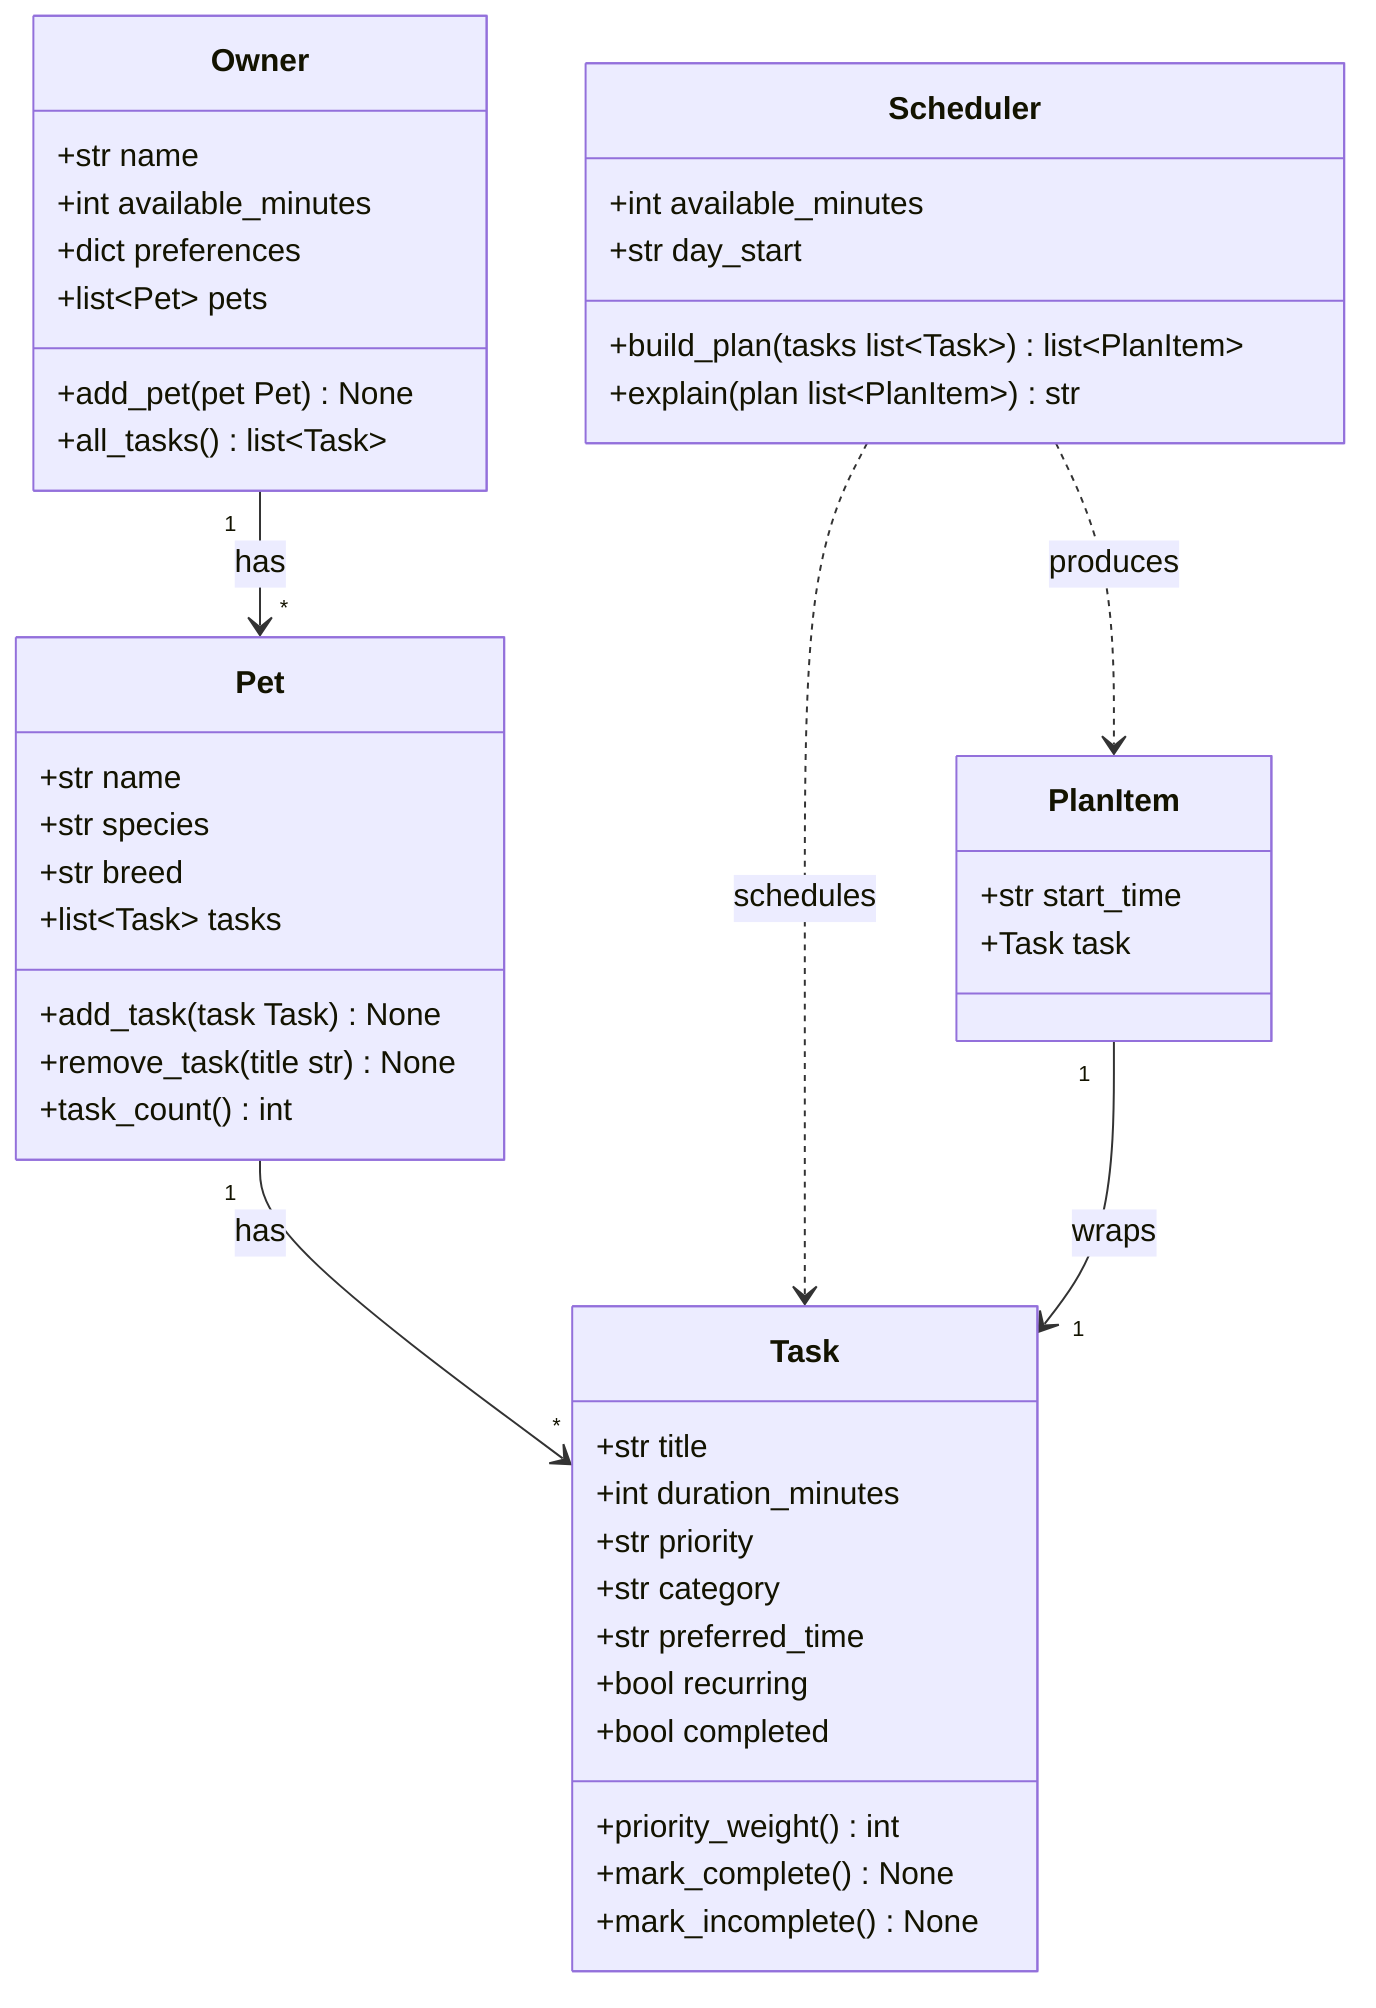
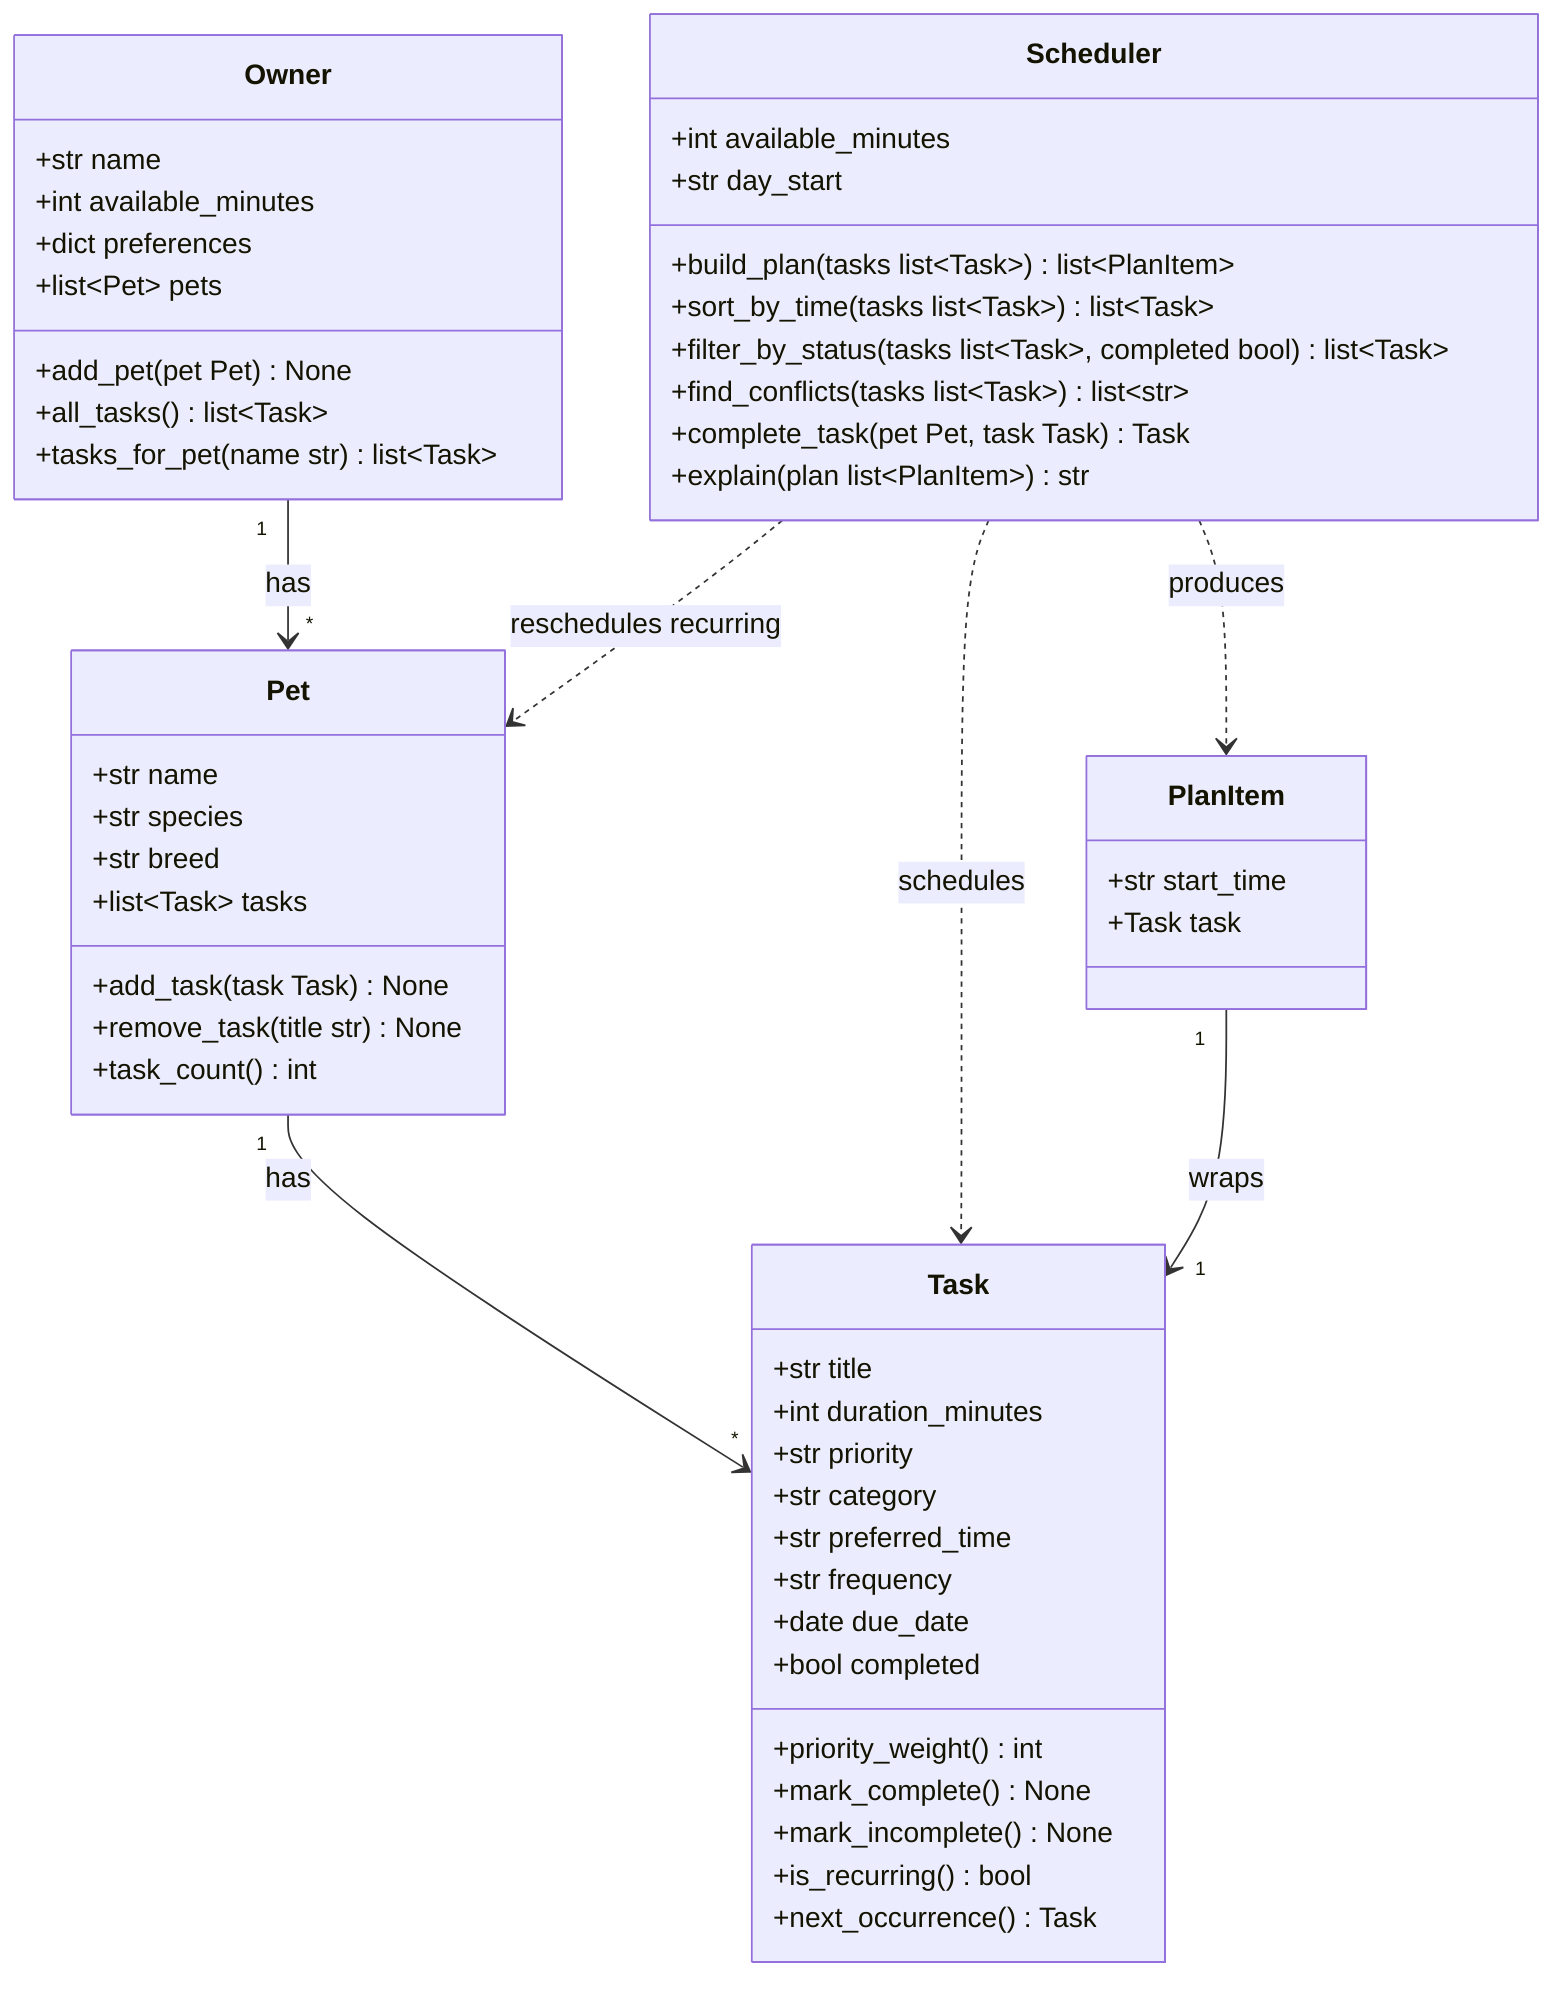
classDiagram
    %% PawPal+ system design (Phase 1 draft).
    %% Keep this file updated so it matches the final implementation.

    class Owner {
        +str name
        +int available_minutes
        +dict preferences
        +list~Pet~ pets
        +add_pet(pet Pet) None
        +all_tasks() list~Task~
+         +tasks_for_pet(name str) list~Task~
    }

    class Pet {
        +str name
        +str species
        +str breed
        +list~Task~ tasks
        +add_task(task Task) None
        +remove_task(title str) None
        +task_count() int
    }

    class Task {
        +str title
        +int duration_minutes
        +str priority
        +str category
        +str preferred_time
-         +bool recurring
+         +str frequency
+         +date due_date
        +bool completed
        +priority_weight() int
        +mark_complete() None
        +mark_incomplete() None
+         +is_recurring() bool
+         +next_occurrence() Task
    }

    class Scheduler {
        +int available_minutes
        +str day_start
        +build_plan(tasks list~Task~) list~PlanItem~
+         +sort_by_time(tasks list~Task~) list~Task~
+         +filter_by_status(tasks list~Task~, completed bool) list~Task~
+         +find_conflicts(tasks list~Task~) list~str~
+         +complete_task(pet Pet, task Task) Task
        +explain(plan list~PlanItem~) str
    }

    class PlanItem {
        +str start_time
        +Task task
    }

    Owner "1" --> "*" Pet : has
    Pet "1" --> "*" Task : has
    Scheduler ..> Task : schedules
+     Scheduler ..> Pet : reschedules recurring
    Scheduler ..> PlanItem : produces
    PlanItem "1" --> "1" Task : wraps
